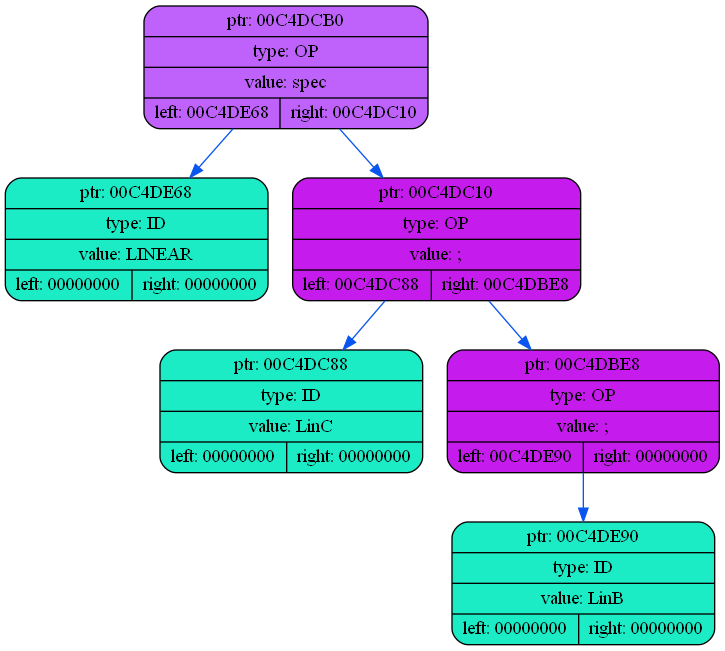
Earlier version of the Graphviz export dump/dump1.png (coffee8cat/Elden-language). Its source is kept beside it as dump/dump1.dot.
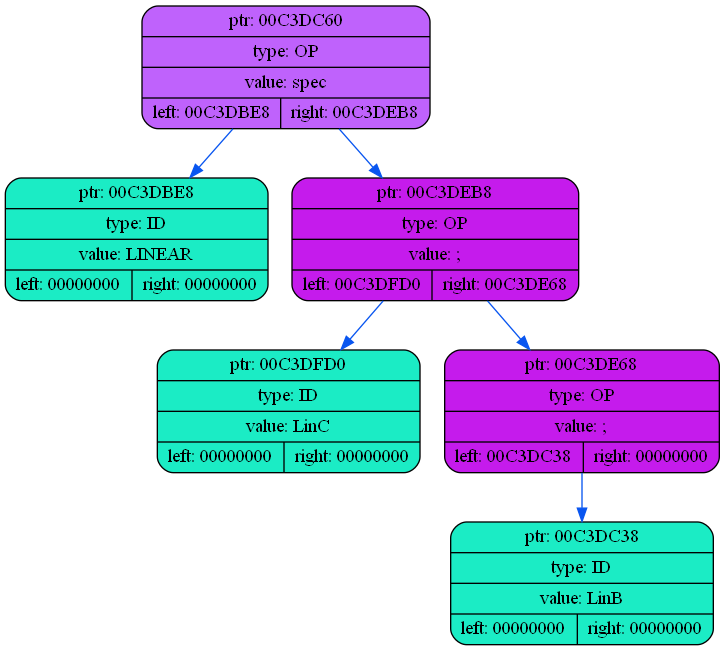
Above is the later version.

Change to the diagram source:
```diff
@@ -2,15 +2,15 @@
 {
     rankdir=TP
 
-        node00C4DCB0[shape=record,style="rounded,filled",fillcolor="#BF62FC",label="{ ptr: 00C4DCB0 | type: OP | value: spec| { left: 00C4DE68 | right: 00C4DC10 }}"];
-    node00C4DCB0 -> node00C4DE68[color="#0855F0"]
-    node00C4DE68[shape=record,style="rounded,filled",fillcolor="#1BECC5",label="{ ptr: 00C4DE68 | type: ID | value: LINEAR| { left: 00000000 | right: 00000000 }}"];
-    node00C4DCB0 -> node00C4DC10[color="#0855F0"]
-    node00C4DC10[shape=record,style="rounded,filled",fillcolor="#C51BEC",label="{ ptr: 00C4DC10 | type: OP | value: ;| { left: 00C4DC88 | right: 00C4DBE8 }}"];
-    node00C4DC10 -> node00C4DC88[color="#0855F0"]
-    node00C4DC88[shape=record,style="rounded,filled",fillcolor="#1BECC5",label="{ ptr: 00C4DC88 | type: ID | value: LinC| { left: 00000000 | right: 00000000 }}"];
-    node00C4DC10 -> node00C4DBE8[color="#0855F0"]
-    node00C4DBE8[shape=record,style="rounded,filled",fillcolor="#C51BEC",label="{ ptr: 00C4DBE8 | type: OP | value: ;| { left: 00C4DE90 | right: 00000000 }}"];
-    node00C4DBE8 -> node00C4DE90[color="#0855F0"]
-    node00C4DE90[shape=record,style="rounded,filled",fillcolor="#1BECC5",label="{ ptr: 00C4DE90 | type: ID | value: LinB| { left: 00000000 | right: 00000000 }}"];
+        node00C3DC60[shape=record,style="rounded,filled",fillcolor="#BF62FC",label="{ ptr: 00C3DC60 | type: OP | value: spec| { left: 00C3DBE8 | right: 00C3DEB8 }}"];
+    node00C3DC60 -> node00C3DBE8[color="#0855F0"]
+    node00C3DBE8[shape=record,style="rounded,filled",fillcolor="#1BECC5",label="{ ptr: 00C3DBE8 | type: ID | value: LINEAR| { left: 00000000 | right: 00000000 }}"];
+    node00C3DC60 -> node00C3DEB8[color="#0855F0"]
+    node00C3DEB8[shape=record,style="rounded,filled",fillcolor="#C51BEC",label="{ ptr: 00C3DEB8 | type: OP | value: ;| { left: 00C3DFD0 | right: 00C3DE68 }}"];
+    node00C3DEB8 -> node00C3DFD0[color="#0855F0"]
+    node00C3DFD0[shape=record,style="rounded,filled",fillcolor="#1BECC5",label="{ ptr: 00C3DFD0 | type: ID | value: LinC| { left: 00000000 | right: 00000000 }}"];
+    node00C3DEB8 -> node00C3DE68[color="#0855F0"]
+    node00C3DE68[shape=record,style="rounded,filled",fillcolor="#C51BEC",label="{ ptr: 00C3DE68 | type: OP | value: ;| { left: 00C3DC38 | right: 00000000 }}"];
+    node00C3DE68 -> node00C3DC38[color="#0855F0"]
+    node00C3DC38[shape=record,style="rounded,filled",fillcolor="#1BECC5",label="{ ptr: 00C3DC38 | type: ID | value: LinB| { left: 00000000 | right: 00000000 }}"];
 }
```
